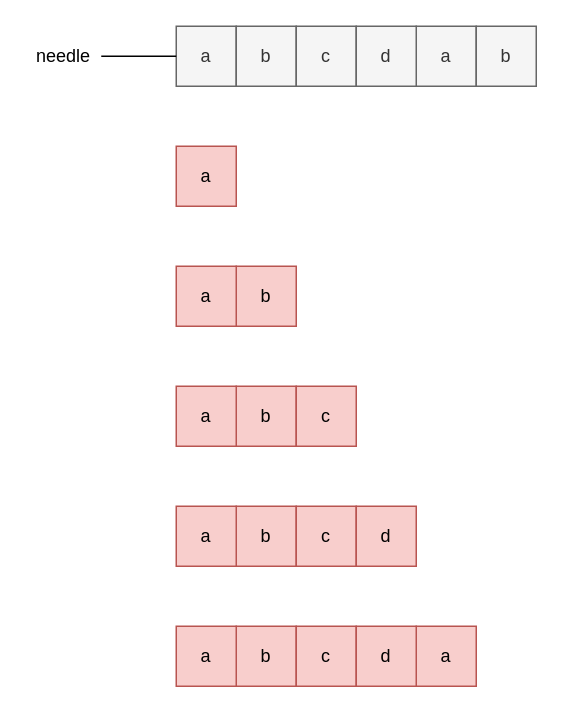
Before: page "第 3 页" (3 of 7) of docs/0028_find_the_index_of_the_first_occurrence_in_a_string.drawio in rickbsr/example-leetcode, a draw.io diagram. Source tidied: cells renumbered, new cells numbered last; positions are measured from the earlier drawing's top-left corner, leaving out a move shared by most shapes. Both pictures are drawn from the tidied source at 150%, with x=0, y=0 at pixel (26, 26).
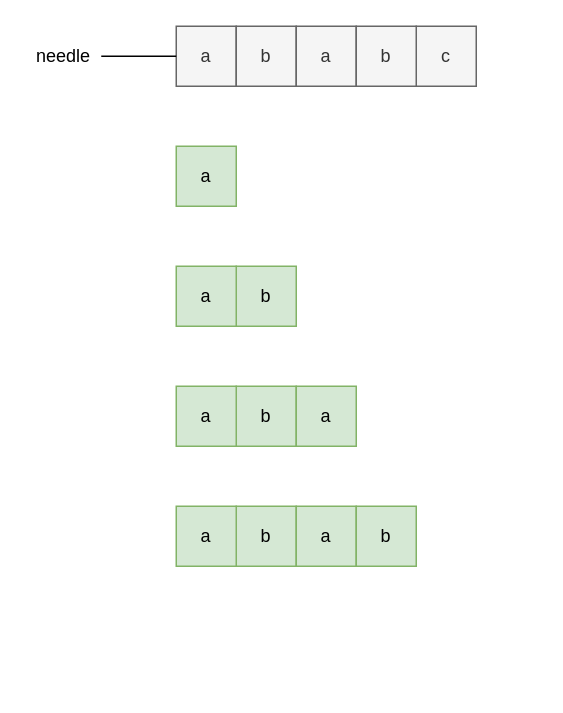
The same page after the edit.

Diff of the diagram source:
```diff
@@
-    <mxCell id="5" value="a" style="rounded=0;whiteSpace=wrap;html=1;fillColor=#f8cecc;strokeColor=#b85450;" parent="1" vertex="1">
+    <mxCell id="5" value="a" style="rounded=0;whiteSpace=wrap;html=1;fillColor=#d5e8d4;strokeColor=#82b366;" parent="1" vertex="1">
       <mxGeometry x="100" y="80" width="40" height="40" as="geometry" />
     </mxCell>
-    <mxCell id="6" value="b" style="rounded=0;whiteSpace=wrap;html=1;fillColor=#f8cecc;strokeColor=#b85450;" parent="1" vertex="1">
+    <mxCell id="6" value="b" style="rounded=0;whiteSpace=wrap;html=1;fillColor=#d5e8d4;strokeColor=#82b366;" parent="1" vertex="1">
       <mxGeometry x="140" y="160" width="40" height="40" as="geometry" />
     </mxCell>
-    <mxCell id="7" value="a" style="rounded=0;whiteSpace=wrap;html=1;fillColor=#f8cecc;strokeColor=#b85450;" parent="1" vertex="1">
+    <mxCell id="7" value="a" style="rounded=0;whiteSpace=wrap;html=1;fillColor=#d5e8d4;strokeColor=#82b366;" parent="1" vertex="1">
       <mxGeometry x="100" y="160" width="40" height="40" as="geometry" />
     </mxCell>
-    <mxCell id="8" value="b" style="rounded=0;whiteSpace=wrap;html=1;fillColor=#f8cecc;strokeColor=#b85450;" parent="1" vertex="1">
+    <mxCell id="8" value="b" style="rounded=0;whiteSpace=wrap;html=1;fillColor=#d5e8d4;strokeColor=#82b366;" parent="1" vertex="1">
       <mxGeometry x="140" y="240" width="40" height="40" as="geometry" />
     </mxCell>
-    <mxCell id="9" value="a" style="rounded=0;whiteSpace=wrap;html=1;fillColor=#f8cecc;strokeColor=#b85450;" parent="1" vertex="1">
+    <mxCell id="9" value="a" style="rounded=0;whiteSpace=wrap;html=1;fillColor=#d5e8d4;strokeColor=#82b366;" parent="1" vertex="1">
       <mxGeometry x="100" y="240" width="40" height="40" as="geometry" />
     </mxCell>
-    <mxCell id="10" value="c" style="rounded=0;whiteSpace=wrap;html=1;fillColor=#f8cecc;strokeColor=#b85450;" parent="1" vertex="1">
+    <mxCell id="10" value="a" style="rounded=0;whiteSpace=wrap;html=1;fillColor=#d5e8d4;strokeColor=#82b366;" parent="1" vertex="1">
       <mxGeometry x="180" y="240" width="40" height="40" as="geometry" />
     </mxCell>
-    <mxCell id="11" value="b" style="rounded=0;whiteSpace=wrap;html=1;fillColor=#f8cecc;strokeColor=#b85450;" parent="1" vertex="1">
+    <mxCell id="11" value="b" style="rounded=0;whiteSpace=wrap;html=1;fillColor=#d5e8d4;strokeColor=#82b366;" parent="1" vertex="1">
       <mxGeometry x="140" y="320" width="40" height="40" as="geometry" />
     </mxCell>
-    <mxCell id="12" value="a" style="rounded=0;whiteSpace=wrap;html=1;fillColor=#f8cecc;strokeColor=#b85450;" parent="1" vertex="1">
+    <mxCell id="12" value="a" style="rounded=0;whiteSpace=wrap;html=1;fillColor=#d5e8d4;strokeColor=#82b366;" parent="1" vertex="1">
       <mxGeometry x="100" y="320" width="40" height="40" as="geometry" />
     </mxCell>
-    <mxCell id="13" value="c" style="rounded=0;whiteSpace=wrap;html=1;fillColor=#f8cecc;strokeColor=#b85450;" parent="1" vertex="1">
+    <mxCell id="13" value="a" style="rounded=0;whiteSpace=wrap;html=1;fillColor=#d5e8d4;strokeColor=#82b366;" parent="1" vertex="1">
       <mxGeometry x="180" y="320" width="40" height="40" as="geometry" />
     </mxCell>
-    <mxCell id="14" value="d" style="rounded=0;whiteSpace=wrap;html=1;fillColor=#f8cecc;strokeColor=#b85450;" parent="1" vertex="1">
+    <mxCell id="14" value="b" style="rounded=0;whiteSpace=wrap;html=1;fillColor=#d5e8d4;strokeColor=#82b366;" parent="1" vertex="1">
       <mxGeometry x="220" y="320" width="40" height="40" as="geometry" />
     </mxCell>
-    <mxCell id="15" value="b" style="rounded=0;whiteSpace=wrap;html=1;fillColor=#f8cecc;strokeColor=#b85450;" parent="1" vertex="1">
-      <mxGeometry x="140" y="400" width="40" height="40" as="geometry" />
-    </mxCell>
-    <mxCell id="16" value="a" style="rounded=0;whiteSpace=wrap;html=1;fillColor=#f8cecc;strokeColor=#b85450;" parent="1" vertex="1">
-      <mxGeometry x="260" y="400" width="40" height="40" as="geometry" />
-    </mxCell>
-    <mxCell id="17" value="a" style="rounded=0;whiteSpace=wrap;html=1;fillColor=#f8cecc;strokeColor=#b85450;" parent="1" vertex="1">
-      <mxGeometry x="100" y="400" width="40" height="40" as="geometry" />
-    </mxCell>
-    <mxCell id="18" value="c" style="rounded=0;whiteSpace=wrap;html=1;fillColor=#f8cecc;strokeColor=#b85450;" parent="1" vertex="1">
-      <mxGeometry x="180" y="400" width="40" height="40" as="geometry" />
-    </mxCell>
-    <mxCell id="19" value="d" style="rounded=0;whiteSpace=wrap;html=1;fillColor=#f8cecc;strokeColor=#b85450;" parent="1" vertex="1">
-      <mxGeometry x="220" y="400" width="40" height="40" as="geometry" />
-    </mxCell>
@@
-    <mxCell id="21" value="a" style="rounded=0;whiteSpace=wrap;html=1;fillColor=#f5f5f5;fontColor=#333333;strokeColor=#666666;" parent="1" vertex="1">
+    <mxCell id="21" value="c" style="rounded=0;whiteSpace=wrap;html=1;fillColor=#f5f5f5;fontColor=#333333;strokeColor=#666666;" parent="1" vertex="1">
       <mxGeometry x="260" width="40" height="40" as="geometry" />
     </mxCell>
-    <mxCell id="22" value="b" style="rounded=0;whiteSpace=wrap;html=1;fillColor=#f5f5f5;fontColor=#333333;strokeColor=#666666;" parent="1" vertex="1">
-      <mxGeometry x="300" width="40" height="40" as="geometry" />
-    </mxCell>
-    <mxCell id="23" value="c" style="rounded=0;whiteSpace=wrap;html=1;fillColor=#f5f5f5;fontColor=#333333;strokeColor=#666666;" parent="1" vertex="1">
+    <mxCell id="23" value="a" style="rounded=0;whiteSpace=wrap;html=1;fillColor=#f5f5f5;fontColor=#333333;strokeColor=#666666;" parent="1" vertex="1">
       <mxGeometry x="180" width="40" height="40" as="geometry" />
     </mxCell>
-    <mxCell id="24" value="d" style="rounded=0;whiteSpace=wrap;html=1;fillColor=#f5f5f5;fontColor=#333333;strokeColor=#666666;" parent="1" vertex="1">
+    <mxCell id="24" value="b" style="rounded=0;whiteSpace=wrap;html=1;fillColor=#f5f5f5;fontColor=#333333;strokeColor=#666666;" parent="1" vertex="1">
       <mxGeometry x="220" width="40" height="40" as="geometry" />
     </mxCell>
```
